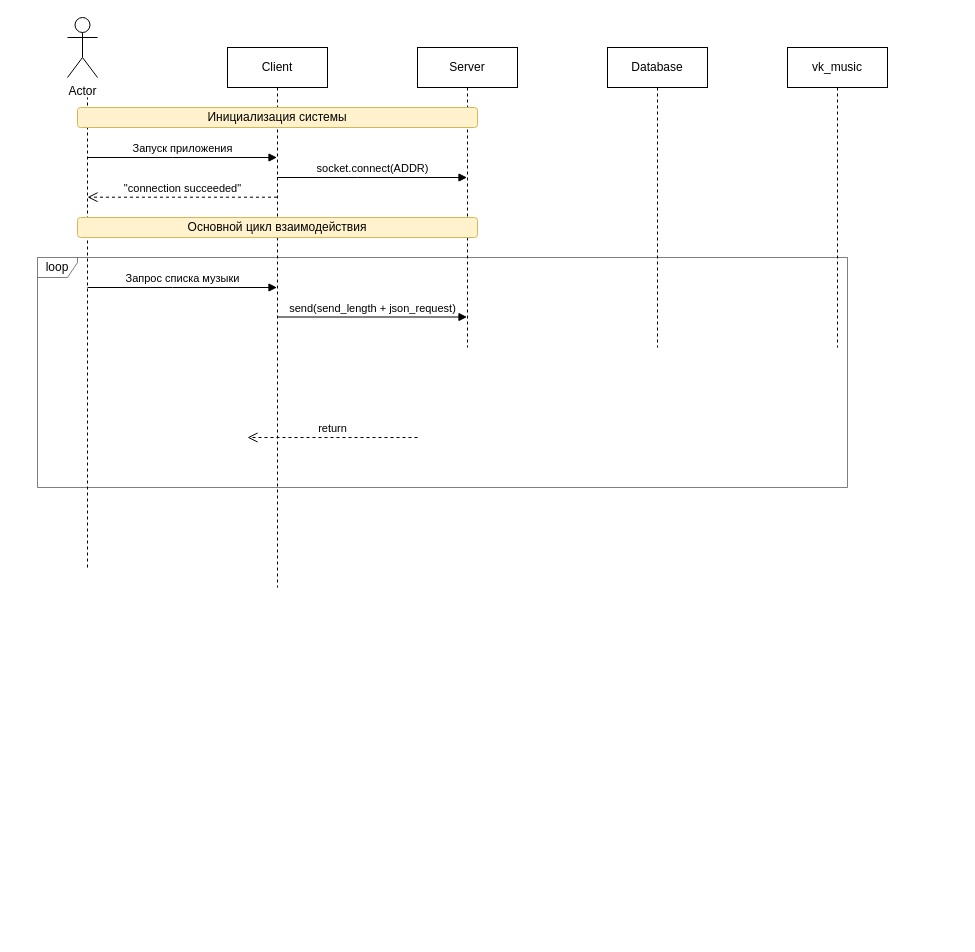
Before: Диаграмма без названия.drawio in ViktorM98/malygin_testovoye, a draw.io diagram. Source tidied: cells renumbered, new cells numbered last; positions are measured from the earlier drawing's top-left corner, leaving out a move shared by most shapes. Both pictures are drawn from the tidied source at 100%, with x=0, y=0 at pixel (37, 17).
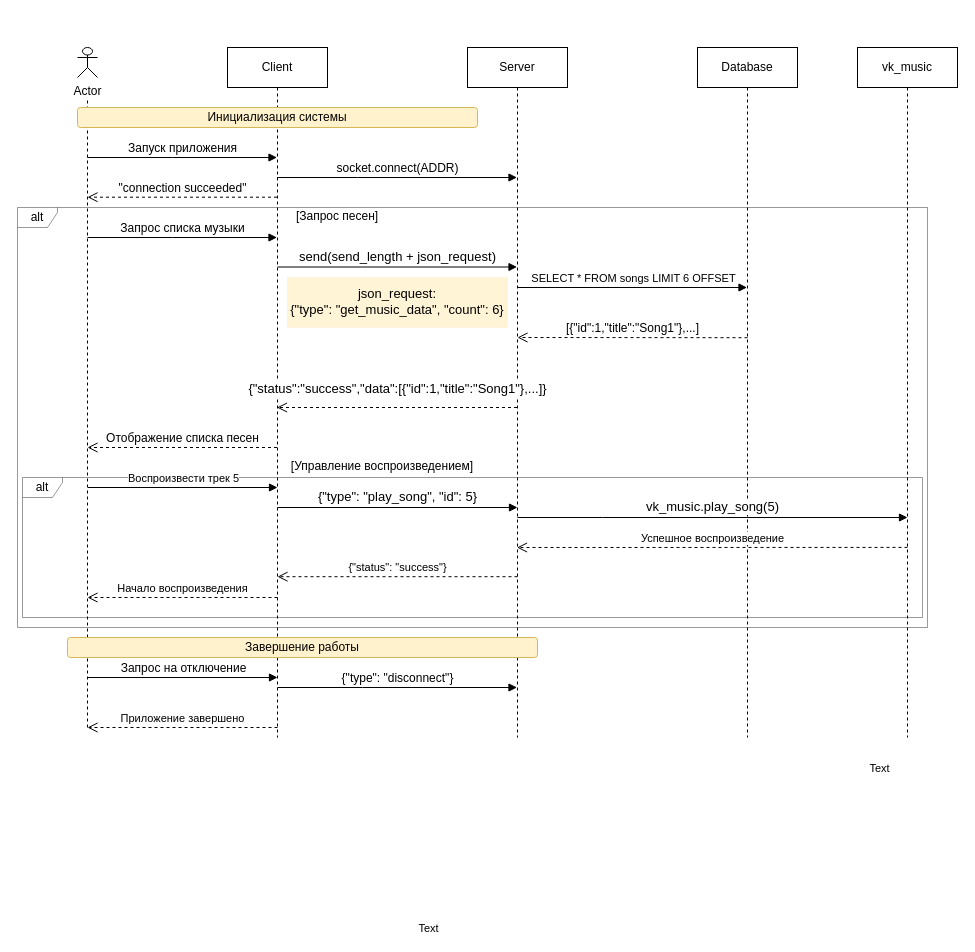
The same diagram, later.

Change to the diagram source:
```diff
@@
     <mxCell id="2" value="Client" style="shape=umlLifeline;perimeter=lifelinePerimeter;whiteSpace=wrap;html=1;newEdgeStyle={&quot;edgeStyle&quot;:&quot;elbowEdgeStyle&quot;,&quot;elbow&quot;:&quot;vertical&quot;,&quot;curved&quot;:0,&quot;rounded&quot;:0};" parent="1" vertex="1">
-      <mxGeometry x="190" y="30" width="100" height="540" as="geometry" />
+      <mxGeometry x="190" y="30" width="100" height="690" as="geometry" />
     </mxCell>
     <mxCell id="3" value="Server" style="shape=umlLifeline;perimeter=lifelinePerimeter;whiteSpace=wrap;html=1;outlineConnect=0;portConstraint=eastwest;newEdgeStyle={&quot;edgeStyle&quot;:&quot;elbowEdgeStyle&quot;,&quot;elbow&quot;:&quot;vertical&quot;,&quot;curved&quot;:0,&quot;rounded&quot;:0};" parent="1" vertex="1">
-      <mxGeometry x="380" y="30" width="100" height="300" as="geometry" />
+      <mxGeometry x="430" y="30" width="100" height="690" as="geometry" />
     </mxCell>
-    <mxCell id="4" value="Запуск приложения" style="html=1;verticalAlign=bottom;endArrow=block;edgeStyle=elbowEdgeStyle;elbow=vertical;curved=0;rounded=0;" parent="1" edge="1">
+    <mxCell id="4" value="&lt;font style=&quot;font-size: 12px;&quot;&gt;Запуск приложения&lt;/font&gt;" style="html=1;verticalAlign=bottom;endArrow=block;edgeStyle=elbowEdgeStyle;elbow=vertical;curved=0;rounded=0;" parent="1" edge="1">
       <mxGeometry relative="1" as="geometry">
         <mxPoint x="50" y="140" as="sourcePoint" />
         <mxPoint x="239.5" y="140" as="targetPoint" />
         <Array as="points">
           <mxPoint x="135" y="140" />
         </Array>
       </mxGeometry>
     </mxCell>
-    <mxCell id="5" value="return" style="html=1;verticalAlign=bottom;endArrow=open;dashed=1;endSize=8;edgeStyle=elbowEdgeStyle;elbow=vertical;curved=0;rounded=0;" parent="1" edge="1">
+    <mxCell id="5" value="Приложение завершено" style="html=1;verticalAlign=bottom;endArrow=open;dashed=1;endSize=8;edgeStyle=elbowEdgeStyle;elbow=vertical;curved=0;rounded=0;" parent="1" edge="1">
       <mxGeometry relative="1" as="geometry">
-        <mxPoint x="380" y="420" as="sourcePoint" />
-        <mxPoint x="210" y="420" as="targetPoint" />
+        <mxPoint x="240" y="710" as="sourcePoint" />
+        <mxPoint x="50" y="710" as="targetPoint" />
         <Array as="points">
-          <mxPoint x="305" y="420" />
+          <mxPoint x="175" y="710" />
         </Array>
       </mxGeometry>
     </mxCell>
-    <mxCell id="6" value="socket.connect(ADDR)" style="html=1;verticalAlign=bottom;endArrow=block;edgeStyle=elbowEdgeStyle;elbow=vertical;curved=0;rounded=0;" parent="1" edge="1">
+    <mxCell id="6" value="&lt;font style=&quot;font-size: 12px;&quot;&gt;socket.connect(ADDR)&lt;/font&gt;" style="html=1;verticalAlign=bottom;endArrow=block;edgeStyle=elbowEdgeStyle;elbow=vertical;curved=0;rounded=0;" parent="1" edge="1" target="3">
       <mxGeometry relative="1" as="geometry">
         <mxPoint x="239.7" y="160" as="sourcePoint" />
-        <mxPoint x="429.5" y="160" as="targetPoint" />
         <Array as="points">
           <mxPoint x="320" y="160" />
         </Array>
       </mxGeometry>
     </mxCell>
-    <mxCell id="7" value="&quot;connection succeeded&quot;" style="html=1;verticalAlign=bottom;endArrow=open;dashed=1;endSize=8;edgeStyle=elbowEdgeStyle;elbow=vertical;curved=0;rounded=0;" parent="1" edge="1">
+    <mxCell id="7" value="&lt;font style=&quot;font-size: 12px;&quot;&gt;&quot;connection succeeded&quot;&lt;/font&gt;" style="html=1;verticalAlign=bottom;endArrow=open;dashed=1;endSize=8;edgeStyle=elbowEdgeStyle;elbow=vertical;curved=0;rounded=0;" parent="1" edge="1">
       <mxGeometry relative="1" as="geometry">
         <mxPoint x="239.5" y="179.7" as="sourcePoint" />
         <mxPoint x="50" y="180" as="targetPoint" />
         <Array as="points">
           <mxPoint x="230" y="179.7" />
         </Array>
       </mxGeometry>
     </mxCell>
     <mxCell id="8" value="Actor" style="shape=umlActor;verticalLabelPosition=bottom;verticalAlign=top;html=1;" parent="1" vertex="1">
-      <mxGeometry x="30" width="30" height="60" as="geometry" />
+      <mxGeometry x="40" y="30" width="20" height="30" as="geometry" />
     </mxCell>
     <mxCell id="9" value="Database" style="shape=umlLifeline;perimeter=lifelinePerimeter;whiteSpace=wrap;html=1;newEdgeStyle={&quot;edgeStyle&quot;:&quot;elbowEdgeStyle&quot;,&quot;elbow&quot;:&quot;vertical&quot;,&quot;curved&quot;:0,&quot;rounded&quot;:0};" parent="1" vertex="1">
-      <mxGeometry x="570" y="30" width="100" height="300" as="geometry" />
+      <mxGeometry x="660" y="30" width="100" height="690" as="geometry" />
     </mxCell>
     <mxCell id="10" value="vk_music" style="shape=umlLifeline;perimeter=lifelinePerimeter;whiteSpace=wrap;html=1;newEdgeStyle={&quot;edgeStyle&quot;:&quot;elbowEdgeStyle&quot;,&quot;elbow&quot;:&quot;vertical&quot;,&quot;curved&quot;:0,&quot;rounded&quot;:0};" parent="1" vertex="1">
-      <mxGeometry x="750" y="30" width="100" height="300" as="geometry" />
+      <mxGeometry x="820" y="30" width="100" height="690" as="geometry" />
     </mxCell>
     <mxCell id="11" style="endArrow=none;dashed=1;html=1;rounded=0;" parent="1" edge="1">
       <mxGeometry relative="1" as="geometry">
-        <mxPoint x="50" y="550" as="sourcePoint" />
+        <mxPoint x="50" y="710" as="sourcePoint" />
         <mxPoint x="50" y="80" as="targetPoint" />
       </mxGeometry>
     </mxCell>
@@
-    <mxCell id="13" value="Основной цикл взаимодействия" style="rounded=1;whiteSpace=wrap;html=1;fillColor=#fff2cc;strokeColor=#d6b656;" parent="1" vertex="1">
-      <mxGeometry x="40" y="200" width="400" height="20" as="geometry" />
-    </mxCell>
-    <mxCell id="14" value="loop" style="shape=umlFrame;whiteSpace=wrap;html=1;width=40;height=20;fillOpacity=50;strokeOpacity=50;miterlimit=2;noLabel=0;fixDash=0;" parent="1" vertex="1">
-      <mxGeometry y="240" width="810" height="230" as="geometry" />
+    <mxCell id="14" value="alt" style="shape=umlFrame;whiteSpace=wrap;html=1;width=40;height=20;fillOpacity=50;strokeOpacity=50;miterlimit=2;noLabel=0;fixDash=0;opacity=80;" parent="1" vertex="1">
+      <mxGeometry x="-20" y="190" width="910" height="420" as="geometry" />
     </mxCell>
-    <mxCell id="15" value="send(send_length + json_request)" style="html=1;verticalAlign=bottom;endArrow=block;edgeStyle=elbowEdgeStyle;elbow=vertical;curved=0;rounded=0;" parent="1" edge="1">
+    <mxCell id="15" value="&lt;font style=&quot;font-size: 13px;&quot;&gt;send(send_length + json_request)&lt;/font&gt;" style="html=1;verticalAlign=bottom;endArrow=block;edgeStyle=elbowEdgeStyle;elbow=vertical;curved=0;rounded=0;" parent="1" edge="1">
       <mxGeometry relative="1" as="geometry">
-        <mxPoint x="240" y="299.5" as="sourcePoint" />
-        <mxPoint x="429.5" y="299.5" as="targetPoint" />
+        <mxPoint x="240" y="249.5" as="sourcePoint" />
+        <mxPoint x="479.5" y="249.5" as="targetPoint" />
         <Array as="points">
-          <mxPoint x="325" y="299.5" />
+          <mxPoint x="325" y="249.5" />
         </Array>
       </mxGeometry>
     </mxCell>
-    <mxCell id="16" value="Запрос списка музыки" style="html=1;verticalAlign=bottom;endArrow=block;edgeStyle=elbowEdgeStyle;elbow=vertical;curved=0;rounded=0;" parent="1" edge="1">
+    <mxCell id="16" value="&lt;font style=&quot;font-size: 12px;&quot;&gt;Запрос списка музыки&lt;/font&gt;" style="html=1;verticalAlign=bottom;endArrow=block;edgeStyle=elbowEdgeStyle;elbow=horizontal;curved=0;rounded=0;" parent="1" edge="1">
       <mxGeometry relative="1" as="geometry">
-        <mxPoint x="50" y="270" as="sourcePoint" />
-        <mxPoint x="239.5" y="270" as="targetPoint" />
+        <mxPoint x="50" y="220" as="sourcePoint" />
+        <mxPoint x="239.5" y="220" as="targetPoint" />
         <Array as="points">
-          <mxPoint x="135" y="270" />
+          <mxPoint x="135" y="220" />
         </Array>
       </mxGeometry>
     </mxCell>
+    <mxCell id="17" value="&lt;font style=&quot;font-size: 13px;&quot;&gt;json_request:&lt;br&gt;{&quot;type&quot;: &quot;get_music_data&quot;, &quot;count&quot;: 6}&lt;/font&gt;" style="rounded=0;whiteSpace=wrap;html=1;strokeWidth=0;fillColor=#fff2cc;strokeColor=#d6b656;opacity=80;spacingBottom=3;spacing=2;" parent="1" vertex="1">
+      <mxGeometry x="250" y="260" width="220" height="50" as="geometry" />
+    </mxCell>
+    <mxCell id="18" style="html=1;verticalAlign=bottom;endArrow=block;edgeStyle=elbowEdgeStyle;elbow=vertical;curved=0;rounded=0;" parent="1" edge="1">
+      <mxGeometry relative="1" as="geometry">
+        <mxPoint x="480" y="270" as="sourcePoint" />
+        <mxPoint x="709.5" y="270" as="targetPoint" />
+        <Array as="points">
+          <mxPoint x="515.5" y="270" />
+        </Array>
+      </mxGeometry>
+    </mxCell>
+    <mxCell id="19" value="SELECT * FROM songs LIMIT 6 OFFSET" style="edgeLabel;html=1;align=center;verticalAlign=middle;" parent="18" vertex="1">
+      <mxGeometry x="-0.13" y="1" relative="1" as="geometry">
+        <mxPoint x="15" y="-9" as="offset" />
+      </mxGeometry>
+    </mxCell>
+    <mxCell id="20" value="&lt;font style=&quot;font-size: 12px;&quot;&gt;[{&quot;id&quot;:1,&quot;title&quot;:&quot;Song1&quot;},...]&lt;/font&gt;" style="html=1;verticalAlign=bottom;endArrow=open;dashed=1;endSize=8;edgeStyle=elbowEdgeStyle;elbow=vertical;curved=0;rounded=0;exitX=0.5;exitY=0.667;exitDx=0;exitDy=0;exitPerimeter=0;" parent="1" edge="1">
+      <mxGeometry relative="1" as="geometry">
+        <mxPoint x="710" y="320.2" as="sourcePoint" />
+        <mxPoint x="480" y="320" as="targetPoint" />
+        <Array as="points">
+          <mxPoint x="660.7" y="320" />
+        </Array>
+      </mxGeometry>
+    </mxCell>
+    <mxCell id="21" value="&lt;font style=&quot;font-size: 13px;&quot;&gt;{&quot;status&quot;:&quot;success&quot;,&quot;data&quot;:[{&quot;id&quot;:1,&quot;title&quot;:&quot;Song1&quot;},...]}&lt;/font&gt;" style="html=1;verticalAlign=bottom;endArrow=open;dashed=1;endSize=8;edgeStyle=elbowEdgeStyle;elbow=vertical;curved=0;rounded=0;spacingBottom=8;" parent="1" edge="1">
+      <mxGeometry relative="1" as="geometry">
+        <mxPoint x="479.5" y="390" as="sourcePoint" />
+        <mxPoint x="239.5" y="390" as="targetPoint" />
+        <Array as="points">
+          <mxPoint x="395" y="390" />
+        </Array>
+      </mxGeometry>
+    </mxCell>
+    <mxCell id="22" value="&lt;font style=&quot;font-size: 12px;&quot;&gt;Отображение списка песен&lt;/font&gt;" style="html=1;verticalAlign=bottom;endArrow=open;dashed=1;endSize=8;edgeStyle=elbowEdgeStyle;elbow=vertical;curved=0;rounded=0;" parent="1" edge="1">
+      <mxGeometry relative="1" as="geometry">
+        <mxPoint x="239.5" y="430" as="sourcePoint" />
+        <mxPoint x="50" y="430" as="targetPoint" />
+        <Array as="points">
+          <mxPoint x="145" y="430" />
+        </Array>
+      </mxGeometry>
+    </mxCell>
+    <mxCell id="23" value="alt" style="shape=umlFrame;whiteSpace=wrap;html=1;width=40;height=20;fillOpacity=50;strokeOpacity=50;miterlimit=2;noLabel=0;fixDash=0;opacity=80;" parent="1" vertex="1">
+      <mxGeometry x="-15" y="460" width="900" height="140" as="geometry" />
+    </mxCell>
+    <mxCell id="24" value="[Запрос песен]" style="text;html=1;whiteSpace=wrap;strokeColor=none;fillColor=none;align=center;verticalAlign=middle;rounded=0;spacing=0;spacingLeft=0;spacingBottom=-8;" parent="1" vertex="1">
+      <mxGeometry x="220" y="180" width="160" height="30" as="geometry" />
+    </mxCell>
+    <mxCell id="25" value="[Управление воспроизведением]" style="text;html=1;whiteSpace=wrap;strokeColor=none;fillColor=none;align=center;verticalAlign=middle;rounded=0;spacing=0;spacingLeft=0;spacingBottom=-8;" parent="1" vertex="1">
+      <mxGeometry x="240" y="430" width="210" height="30" as="geometry" />
+    </mxCell>
+    <mxCell id="26" value="Воспроизвести трек 5" style="html=1;verticalAlign=bottom;endArrow=block;edgeStyle=elbowEdgeStyle;elbow=vertical;curved=0;rounded=0;" parent="1" edge="1">
+      <mxGeometry relative="1" as="geometry">
+        <mxPoint x="50.5" y="470" as="sourcePoint" />
+        <mxPoint x="240" y="470" as="targetPoint" />
+        <Array as="points">
+          <mxPoint x="135.5" y="470" />
+        </Array>
+      </mxGeometry>
+    </mxCell>
+    <mxCell id="27" value="&lt;font style=&quot;font-size: 13px;&quot;&gt;{&quot;type&quot;: &quot;play_song&quot;, &quot;id&quot;: 5}&lt;/font&gt;" style="html=1;verticalAlign=bottom;endArrow=block;edgeStyle=elbowEdgeStyle;elbow=vertical;curved=0;rounded=0;" parent="1" edge="1">
+      <mxGeometry relative="1" as="geometry">
+        <mxPoint x="240" y="490" as="sourcePoint" />
+        <mxPoint x="480" y="490.5" as="targetPoint" />
+        <Array as="points">
+          <mxPoint x="325" y="490" />
+        </Array>
+      </mxGeometry>
+    </mxCell>
+    <mxCell id="28" value="&lt;font style=&quot;font-size: 13px;&quot;&gt;vk_music.play_song(5)&lt;/font&gt;" style="html=1;verticalAlign=bottom;endArrow=block;edgeStyle=elbowEdgeStyle;elbow=vertical;curved=0;rounded=0;" parent="1" edge="1">
+      <mxGeometry relative="1" as="geometry">
+        <mxPoint x="480" y="500" as="sourcePoint" />
+        <mxPoint x="870" y="500" as="targetPoint" />
+        <Array as="points">
+          <mxPoint x="565" y="500" />
+        </Array>
+      </mxGeometry>
+    </mxCell>
+    <mxCell id="29" value="Успешное воспроизведение" style="html=1;verticalAlign=bottom;endArrow=open;dashed=1;endSize=8;edgeStyle=elbowEdgeStyle;elbow=vertical;curved=0;rounded=0;exitX=0.5;exitY=0.932;exitDx=0;exitDy=0;exitPerimeter=0;" parent="1" edge="1">
+      <mxGeometry relative="1" as="geometry">
+        <mxPoint x="870" y="529.9" as="sourcePoint" />
+        <mxPoint x="479.5" y="530" as="targetPoint" />
+        <Array as="points">
+          <mxPoint x="745" y="530" />
+        </Array>
+      </mxGeometry>
+    </mxCell>
+    <mxCell id="30" value="Text" style="edgeLabel;html=1;align=center;verticalAlign=middle;" parent="29" vertex="1">
+      <mxGeometry x="-0.42" y="-3" relative="1" as="geometry">
+        <mxPoint x="84" y="223" as="offset" />
+      </mxGeometry>
+    </mxCell>
+    <mxCell id="31" value="{&quot;status&quot;: &quot;success&quot;}" style="html=1;verticalAlign=bottom;endArrow=open;dashed=1;endSize=8;edgeStyle=elbowEdgeStyle;elbow=vertical;curved=0;rounded=0;exitX=0.5;exitY=0.932;exitDx=0;exitDy=0;exitPerimeter=0;" parent="1" edge="1">
+      <mxGeometry relative="1" as="geometry">
+        <mxPoint x="480" y="559.2" as="sourcePoint" />
+        <mxPoint x="240" y="560" as="targetPoint" />
+        <Array as="points">
+          <mxPoint x="355" y="559.2" />
+        </Array>
+      </mxGeometry>
+    </mxCell>
+    <mxCell id="32" value="Text" style="edgeLabel;html=1;align=center;verticalAlign=middle;" parent="31" vertex="1">
+      <mxGeometry x="-0.42" y="-3" relative="1" as="geometry">
+        <mxPoint x="-20" y="354" as="offset" />
+      </mxGeometry>
+    </mxCell>
+    <mxCell id="33" value="Начало воспроизведения" style="html=1;verticalAlign=bottom;endArrow=open;dashed=1;endSize=8;edgeStyle=elbowEdgeStyle;elbow=vertical;curved=0;rounded=0;" parent="1" edge="1">
+      <mxGeometry relative="1" as="geometry">
+        <mxPoint x="240" y="580" as="sourcePoint" />
+        <mxPoint x="50" y="580" as="targetPoint" />
+        <Array as="points">
+          <mxPoint x="165" y="580" />
+        </Array>
+      </mxGeometry>
+    </mxCell>
+    <mxCell id="34" value="Завершение работы" style="rounded=1;whiteSpace=wrap;html=1;fillColor=#fff2cc;strokeColor=#d6b656;" parent="1" vertex="1">
+      <mxGeometry x="30" y="620" width="470" height="20" as="geometry" />
+    </mxCell>
+    <mxCell id="35" value="&lt;font style=&quot;font-size: 12px;&quot;&gt;Запрос на отключение&lt;/font&gt;" style="html=1;verticalAlign=bottom;endArrow=block;edgeStyle=elbowEdgeStyle;elbow=vertical;curved=0;rounded=0;" parent="1" edge="1">
+      <mxGeometry relative="1" as="geometry">
+        <mxPoint x="50.5" y="660" as="sourcePoint" />
+        <mxPoint x="240" y="660" as="targetPoint" />
+        <Array as="points">
+          <mxPoint x="135.5" y="660" />
+        </Array>
+      </mxGeometry>
+    </mxCell>
+    <mxCell id="36" value="&lt;font style=&quot;font-size: 12px;&quot;&gt;{&quot;type&quot;: &quot;disconnect&quot;}&lt;/font&gt;" style="html=1;verticalAlign=bottom;endArrow=block;edgeStyle=elbowEdgeStyle;elbow=vertical;curved=0;rounded=0;" parent="1" edge="1" target="3">
+      <mxGeometry relative="1" as="geometry">
+        <mxPoint x="240" y="670" as="sourcePoint" />
+        <Array as="points">
+          <mxPoint x="325" y="670" />
+        </Array>
+      </mxGeometry>
+    </mxCell>
```
